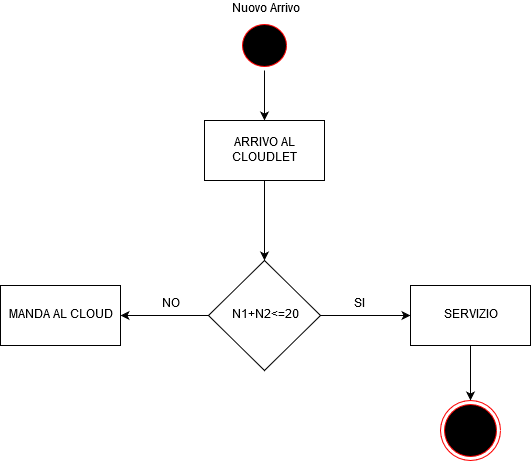
This is DOCS/PMCSN-alg1.png from dilettalagom/PMCSN_cloud, a draw.io export, as it was before one commit. Source tidied: cells renumbered, new cells last; positions are measured from the earlier drawing's top-left corner, leaving out a move shared by most shapes. Source of this version:
```xml
<mxGraphModel>
  <root>
    <mxCell id="0" />
    <mxCell id="1" parent="0" />
    <mxCell id="2" style="edgeStyle=orthogonalEdgeStyle;rounded=0;jettySize=auto;html=1;exitX=0.5;exitY=1;exitDx=0;exitDy=0;entryX=0.5;entryY=0;entryDx=0;entryDy=0;" parent="1" edge="1" source="3" target="6">
      <mxGeometry relative="1" as="geometry" />
    </mxCell>
    <mxCell id="3" style="ellipse;html=1;shape=startState;fillColor=#000000;strokeColor=#ff0000;" parent="1" vertex="1">
      <mxGeometry x="238" y="20" width="52" height="50" as="geometry" />
    </mxCell>
    <mxCell id="4" value="&lt;div&gt;Nuovo Arrivo&lt;/div&gt;&lt;div&gt;&lt;br&gt;&lt;/div&gt;" style="text;html=1;align=left;verticalAlign=top;spacingTop=-4;" parent="1" vertex="1">
      <mxGeometry x="230" width="80" height="30" as="geometry" />
    </mxCell>
    <mxCell id="5" style="edgeStyle=orthogonalEdgeStyle;rounded=0;jettySize=auto;html=1;entryX=0.5;entryY=0;entryDx=0;entryDy=0;" parent="1" edge="1" source="6" target="9">
      <mxGeometry relative="1" as="geometry" />
    </mxCell>
    <mxCell id="6" value="ARRIVO AL CLOUDLET" style="rounded=0;whiteSpace=wrap;html=1;" parent="1" vertex="1">
      <mxGeometry x="204" y="120" width="120" height="60" as="geometry" />
    </mxCell>
    <mxCell id="7" style="edgeStyle=orthogonalEdgeStyle;rounded=0;jettySize=auto;html=1;entryX=0;entryY=0.5;entryDx=0;entryDy=0;" parent="1" edge="1" source="9" target="14">
      <mxGeometry relative="1" as="geometry" />
    </mxCell>
    <mxCell id="8" style="edgeStyle=orthogonalEdgeStyle;rounded=0;jettySize=auto;html=1;entryX=1;entryY=0.5;entryDx=0;entryDy=0;" parent="1" edge="1" source="9" target="12">
      <mxGeometry relative="1" as="geometry" />
    </mxCell>
    <mxCell id="9" value="&lt;div&gt;N1+N2&amp;lt;=20&lt;/div&gt;" style="rhombus;whiteSpace=wrap;html=1;" parent="1" vertex="1">
      <mxGeometry x="208" y="260" width="112" height="110" as="geometry" />
    </mxCell>
    <mxCell id="10" value="SI" style="text;html=1;align=left;verticalAlign=top;spacingTop=-4;" parent="1" vertex="1">
      <mxGeometry x="352" y="295" width="30" height="20" as="geometry" />
    </mxCell>
    <mxCell id="11" value="NO" style="text;html=1;align=left;verticalAlign=top;spacingTop=-4;" parent="1" vertex="1">
      <mxGeometry x="160" y="295" width="30" height="20" as="geometry" />
    </mxCell>
    <mxCell id="12" value="MANDA AL CLOUD" style="rounded=0;whiteSpace=wrap;html=1;" parent="1" vertex="1">
      <mxGeometry y="285" width="120" height="60" as="geometry" />
    </mxCell>
    <mxCell id="13" style="edgeStyle=orthogonalEdgeStyle;rounded=0;jettySize=auto;html=1;exitX=0.5;exitY=1;exitDx=0;exitDy=0;entryX=0.5;entryY=0;entryDx=0;entryDy=0;" parent="1" edge="1" source="14" target="15">
      <mxGeometry relative="1" as="geometry" />
    </mxCell>
    <mxCell id="14" value="SERVIZIO" style="rounded=0;whiteSpace=wrap;html=1;" parent="1" vertex="1">
      <mxGeometry x="410" y="285" width="120" height="60" as="geometry" />
    </mxCell>
    <mxCell id="15" style="ellipse;html=1;shape=endState;fillColor=#000000;strokeColor=#ff0000;" parent="1" vertex="1">
      <mxGeometry x="440" y="400" width="60" height="60" as="geometry" />
    </mxCell>
  </root>
</mxGraphModel>
```
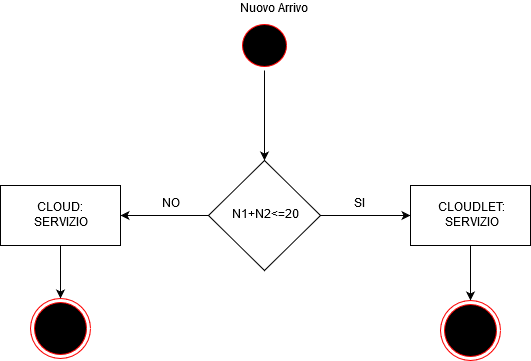
Above is the later version.

What changed in the source:
```diff
@@ -2,21 +2,15 @@
   <root>
     <mxCell id="0" />
     <mxCell id="1" parent="0" />
-    <mxCell id="2" style="edgeStyle=orthogonalEdgeStyle;rounded=0;jettySize=auto;html=1;exitX=0.5;exitY=1;exitDx=0;exitDy=0;entryX=0.5;entryY=0;entryDx=0;entryDy=0;" parent="1" edge="1" source="3" target="6">
-      <mxGeometry relative="1" as="geometry" />
-    </mxCell>
     <mxCell id="3" style="ellipse;html=1;shape=startState;fillColor=#000000;strokeColor=#ff0000;" parent="1" vertex="1">
-      <mxGeometry x="238" y="20" width="52" height="50" as="geometry" />
+      <mxGeometry x="238" y="120" width="52" height="50" as="geometry" />
     </mxCell>
     <mxCell id="4" value="&lt;div&gt;Nuovo Arrivo&lt;/div&gt;&lt;div&gt;&lt;br&gt;&lt;/div&gt;" style="text;html=1;align=left;verticalAlign=top;spacingTop=-4;" parent="1" vertex="1">
-      <mxGeometry x="230" width="80" height="30" as="geometry" />
+      <mxGeometry x="238" y="100" width="80" height="30" as="geometry" />
     </mxCell>
-    <mxCell id="5" style="edgeStyle=orthogonalEdgeStyle;rounded=0;jettySize=auto;html=1;entryX=0.5;entryY=0;entryDx=0;entryDy=0;" parent="1" edge="1" source="6" target="9">
+    <mxCell id="5" style="edgeStyle=orthogonalEdgeStyle;rounded=0;jettySize=auto;html=1;entryX=0.5;entryY=0;entryDx=0;entryDy=0;exitX=0.5;exitY=1;exitDx=0;exitDy=0;" parent="1" edge="1" source="3" target="9">
       <mxGeometry relative="1" as="geometry" />
     </mxCell>
-    <mxCell id="6" value="ARRIVO AL CLOUDLET" style="rounded=0;whiteSpace=wrap;html=1;" parent="1" vertex="1">
-      <mxGeometry x="204" y="120" width="120" height="60" as="geometry" />
-    </mxCell>
     <mxCell id="7" style="edgeStyle=orthogonalEdgeStyle;rounded=0;jettySize=auto;html=1;entryX=0;entryY=0.5;entryDx=0;entryDy=0;" parent="1" edge="1" source="9" target="14">
       <mxGeometry relative="1" as="geometry" />
     </mxCell>
@@ -32,17 +26,23 @@
     <mxCell id="11" value="NO" style="text;html=1;align=left;verticalAlign=top;spacingTop=-4;" parent="1" vertex="1">
       <mxGeometry x="160" y="295" width="30" height="20" as="geometry" />
     </mxCell>
-    <mxCell id="12" value="MANDA AL CLOUD" style="rounded=0;whiteSpace=wrap;html=1;" parent="1" vertex="1">
+    <mxCell id="12" value="CLOUD:&lt;br&gt;SERVIZIO" style="rounded=0;whiteSpace=wrap;html=1;" parent="1" vertex="1">
       <mxGeometry y="285" width="120" height="60" as="geometry" />
     </mxCell>
     <mxCell id="13" style="edgeStyle=orthogonalEdgeStyle;rounded=0;jettySize=auto;html=1;exitX=0.5;exitY=1;exitDx=0;exitDy=0;entryX=0.5;entryY=0;entryDx=0;entryDy=0;" parent="1" edge="1" source="14" target="15">
       <mxGeometry relative="1" as="geometry" />
     </mxCell>
-    <mxCell id="14" value="SERVIZIO" style="rounded=0;whiteSpace=wrap;html=1;" parent="1" vertex="1">
+    <mxCell id="14" value="&lt;div&gt;CLOUDLET:&lt;/div&gt;&lt;div&gt;SERVIZIO&lt;/div&gt;" style="rounded=0;whiteSpace=wrap;html=1;" parent="1" vertex="1">
       <mxGeometry x="410" y="285" width="120" height="60" as="geometry" />
     </mxCell>
     <mxCell id="15" style="ellipse;html=1;shape=endState;fillColor=#000000;strokeColor=#ff0000;" parent="1" vertex="1">
       <mxGeometry x="440" y="400" width="60" height="60" as="geometry" />
     </mxCell>
+    <mxCell id="16" style="edgeStyle=orthogonalEdgeStyle;rounded=0;jettySize=auto;html=1;entryX=0.5;entryY=0;entryDx=0;entryDy=0;exitX=0.5;exitY=1;exitDx=0;exitDy=0;" parent="1" edge="1" source="12" target="17">
+      <mxGeometry relative="1" as="geometry" />
+    </mxCell>
+    <mxCell id="17" style="ellipse;html=1;shape=endState;fillColor=#000000;strokeColor=#ff0000;" parent="1" vertex="1">
+      <mxGeometry x="30" y="397.5" width="60" height="60" as="geometry" />
+    </mxCell>
   </root>
 </mxGraphModel>
```
